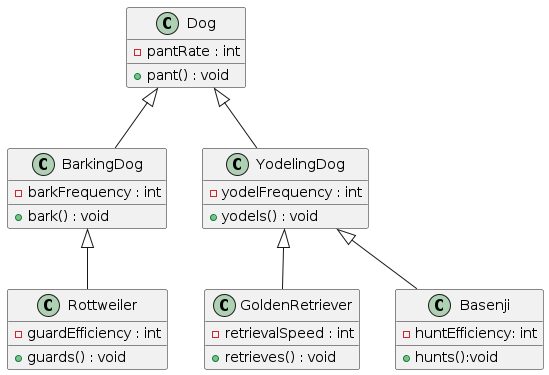
The PlantUML diagram uml/chapter_07/Dog.png in Konadu-Akwasi-Akuoko/Object-Oriented-Thought-Process, before a commit. The source it was exported from:
```plantuml
@startuml Dog
class Dog {
    -pantRate : int
    +pant() : void
}

class BarkingDog extends Dog {
    -barkFrequency : int
    +bark() : void
}

class YodelingDog extends Dog {
    -yodelFrequency : int
    +yodels() : void
}

class Rottweiler extends BarkingDog {
    -guardEfficiency : int
    +guards() : void
}

class GoldenRetriever extends YodelingDog {
    -retrievalSpeed : int
    +retrieves() : void
}

class Basenji extends YodelingDog {
    -huntEfficiency: int
    +hunts():void
}
@enduml
```
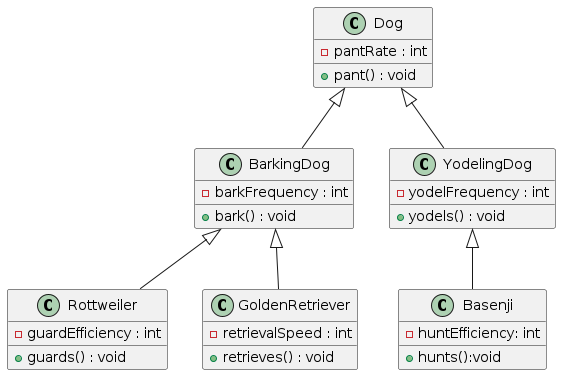
Later version of the same file.

Diff of the diagram source:
```diff
@@ -19,7 +19,7 @@
     +guards() : void
 }
 
-class GoldenRetriever extends YodelingDog {
+class GoldenRetriever extends BarkingDog {
     -retrievalSpeed : int
     +retrieves() : void
 }
```
